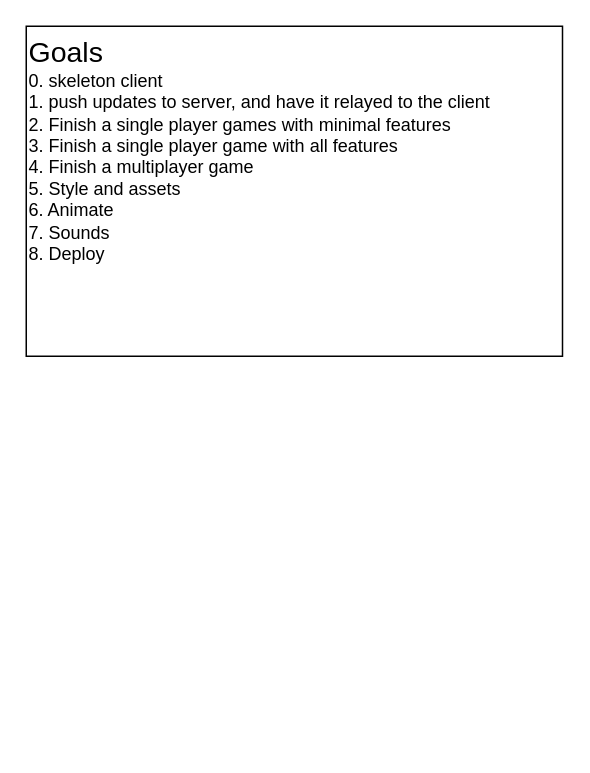
Earlier version of the draw.io diagram page "tasks" (2 of 2) of client/game.drawio (Jaeger2305/du-meine-gute). Source tidied: cells renumbered, new cells numbered last; positions are measured from the earlier drawing's top-left corner, leaving out a move shared by most shapes. Both pictures are drawn from the tidied source at 150%, with x=0, y=0 at pixel (26, 26).
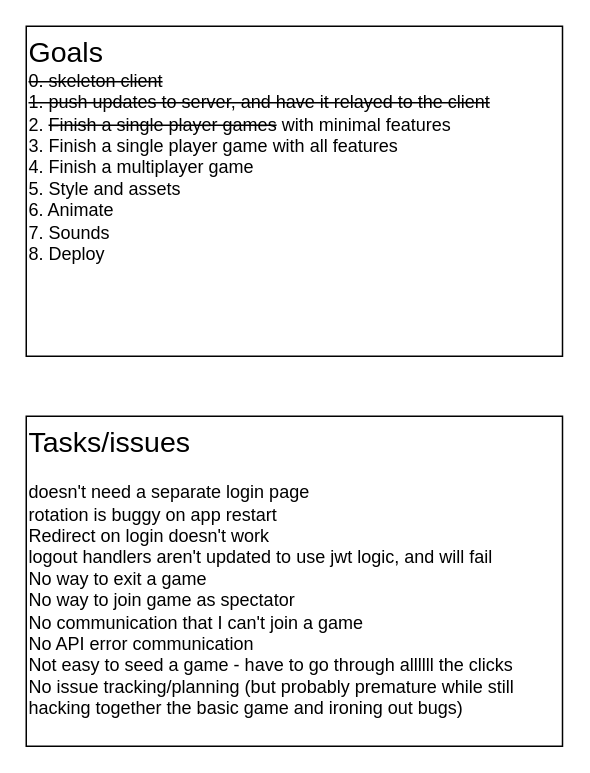
Above is the later version.

Commit message (it also covers changes not shown here):
feat: implement the client scaffold and interaction with server over websockets

The edit, as a diff of the source:
```diff
@@
 <mxGraphModel>
   <root>
     <mxCell id="0" />
     <mxCell id="1" parent="0" />
-    <mxCell id="2" value="&lt;font style=&quot;font-size: 19px&quot;&gt;Goals&lt;br&gt;&lt;/font&gt;0. skeleton client&lt;br&gt;1. push updates to server, and have it relayed to the client&lt;br&gt;2. Finish a single player games with minimal features&lt;br&gt;3. Finish a single player game with all features&lt;br&gt;4. Finish a multiplayer game&lt;br&gt;5. Style and assets&lt;br&gt;6. Animate&lt;br&gt;7. Sounds&lt;br&gt;8. Deploy" style="rounded=0;whiteSpace=wrap;html=1;rotation=0;align=left;verticalAlign=top;" parent="1" vertex="1">
+    <mxCell id="2" value="&lt;font style=&quot;font-size: 19px&quot;&gt;Goals&lt;br&gt;&lt;/font&gt;&lt;strike&gt;0. skeleton client&lt;br&gt;1. push updates to server, and have it relayed to the client&lt;br&gt;&lt;/strike&gt;2. &lt;strike&gt;Finish a single player games&lt;/strike&gt; with minimal features&lt;br&gt;3. Finish a single player game with all features&lt;br&gt;4. Finish a multiplayer game&lt;br&gt;5. Style and assets&lt;br&gt;6. Animate&lt;br&gt;7. Sounds&lt;br&gt;8. Deploy" style="rounded=0;whiteSpace=wrap;html=1;rotation=0;align=left;verticalAlign=top;" parent="1" vertex="1">
       <mxGeometry width="357.5" height="220" as="geometry" />
     </mxCell>
+    <mxCell id="3" value="&lt;span style=&quot;font-size: 19px&quot;&gt;Tasks/issues&lt;/span&gt;&lt;br&gt;&lt;br&gt;doesn't need a separate login page&lt;br&gt;rotation is buggy on app restart&lt;br&gt;Redirect on login doesn't work&lt;br&gt;logout handlers aren't updated to use jwt logic, and will fail&lt;br&gt;No way to exit a game&lt;br&gt;No way to join game as spectator&lt;br&gt;No communication that I can't join a game&lt;br&gt;No API error communication&lt;br&gt;Not easy to seed a game - have to go through allllll the clicks&lt;br&gt;No issue tracking/planning (but probably premature while still hacking together the basic game and ironing out bugs)" style="rounded=0;whiteSpace=wrap;html=1;rotation=0;align=left;verticalAlign=top;" parent="1" vertex="1">
+      <mxGeometry y="260" width="357.5" height="220" as="geometry" />
+    </mxCell>
   </root>
 </mxGraphModel>
```
